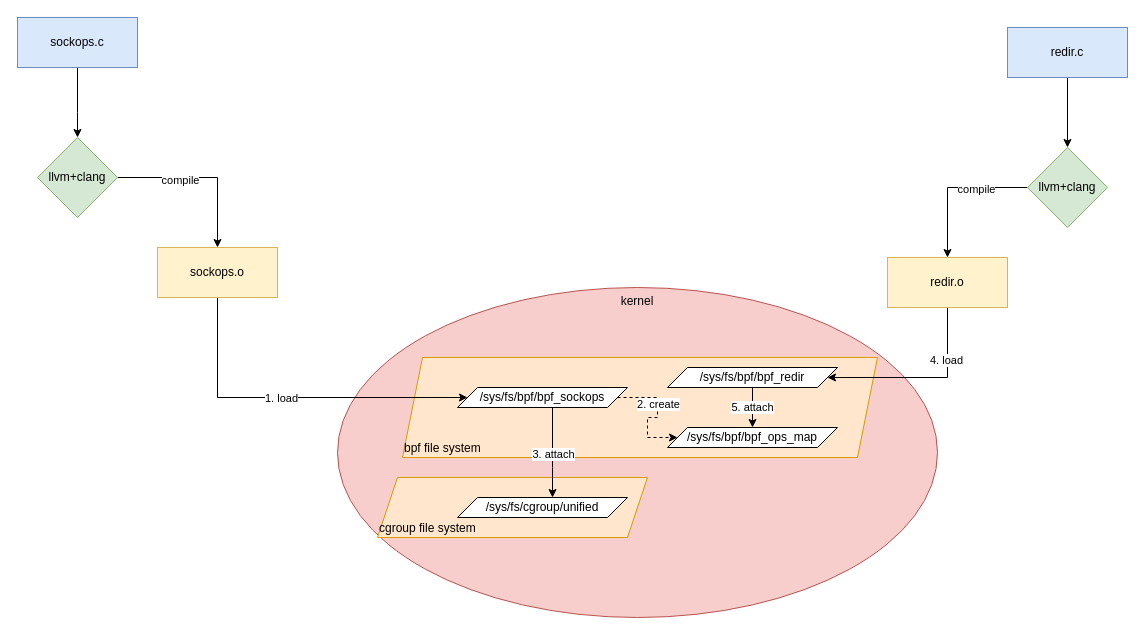
xu1zhou/Documents keeps this draw.io diagram as ebpf_load_process.drawio. Above is the earlier version. Source tidied: cells renumbered, new cells numbered last; positions are measured from the earlier drawing's top-left corner, leaving out a move shared by most shapes. Both pictures are drawn from the tidied source at 100%, with x=0, y=0 at pixel (17, 17).
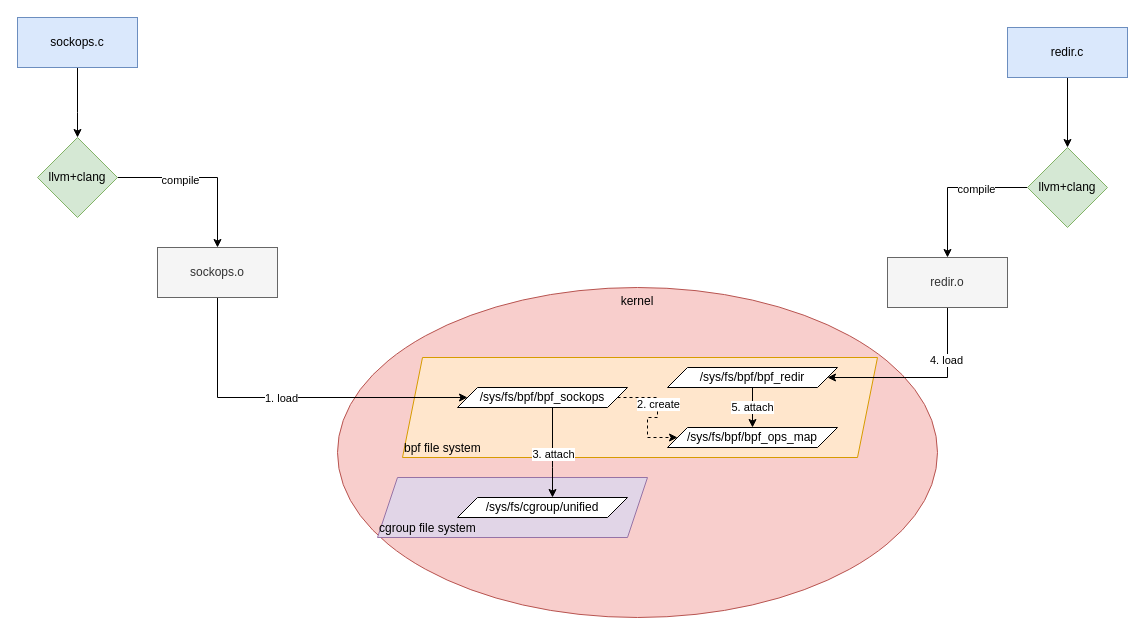
The same diagram, later.

The edit, as a diff of the source:
```diff
@@
-    <mxCell id="11" value="cgroup file system" style="shape=parallelogram;perimeter=parallelogramPerimeter;whiteSpace=wrap;html=1;fixedSize=1;verticalAlign=bottom;align=left;fillColor=#ffe6cc;strokeColor=#d79b00;" parent="1" vertex="1">
+    <mxCell id="11" value="cgroup file system" style="shape=parallelogram;perimeter=parallelogramPerimeter;whiteSpace=wrap;html=1;fixedSize=1;verticalAlign=bottom;align=left;fillColor=#e1d5e7;strokeColor=#9673a6;" parent="1" vertex="1">
       <mxGeometry x="360" y="460" width="270" height="60" as="geometry" />
     </mxCell>
@@
-    <mxCell id="15" value="sockops.o" style="rounded=0;whiteSpace=wrap;html=1;fillColor=#fff2cc;strokeColor=#d6b656;" parent="1" vertex="1">
+    <mxCell id="15" value="sockops.o" style="rounded=0;whiteSpace=wrap;html=1;fillColor=#f5f5f5;strokeColor=#666666;fontColor=#333333;" parent="1" vertex="1">
       <mxGeometry x="140" y="230" width="120" height="50" as="geometry" />
     </mxCell>
@@
-    <mxCell id="17" value="redir.c" style="rounded=0;whiteSpace=wrap;html=1;fillColor=#dae8fc;strokeColor=#6c8ebf;" parent="1" vertex="1">
+    <mxCell id="17" value="redir.c" style="rounded=0;whiteSpace=wrap;html=1;fillColor=#dae8fc;strokeColor=#6c8ebf;horizontal=1;" parent="1" vertex="1">
       <mxGeometry x="990" y="10" width="120" height="50" as="geometry" />
     </mxCell>
@@
-    <mxCell id="23" value="redir.o" style="rounded=0;whiteSpace=wrap;html=1;fillColor=#fff2cc;strokeColor=#d6b656;" parent="1" vertex="1">
+    <mxCell id="23" value="redir.o" style="rounded=0;whiteSpace=wrap;html=1;fillColor=#f5f5f5;strokeColor=#666666;fontColor=#333333;" parent="1" vertex="1">
       <mxGeometry x="870" y="240" width="120" height="50" as="geometry" />
     </mxCell>
```
